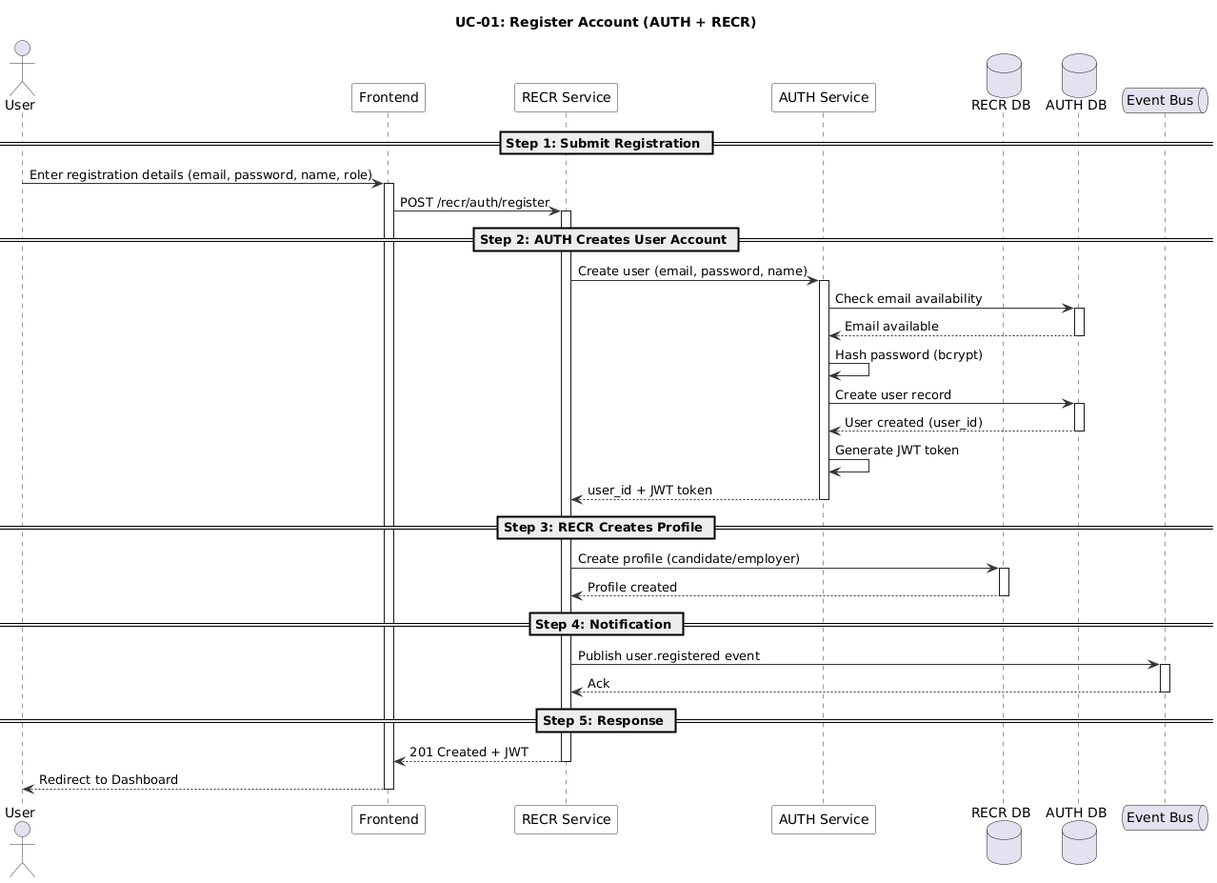
namnh240795/document keeps this PlantUML diagram as modules/recr/images/sequence/uc01-register-sequence.png. Above is the earlier version.
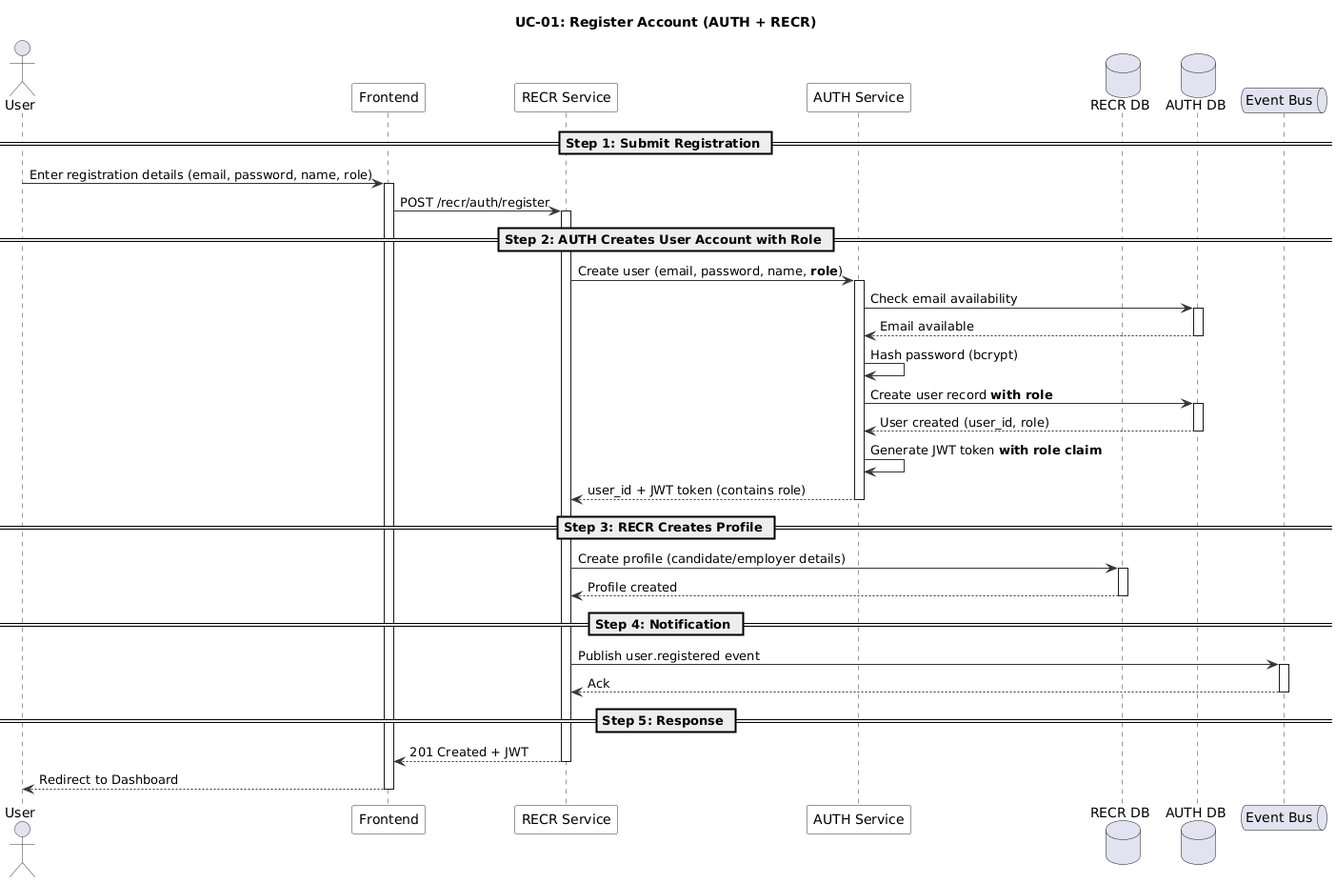
After the change.

Commit message:
Move role to AUTH module, update UC-01 and UC-02

The edit, as a diff of the source:
```diff
@@ -25,9 +25,9 @@
 FE -> RECR : POST /recr/auth/register
 activate RECR
 
-== Step 2: AUTH Creates User Account ==
+== Step 2: AUTH Creates User Account with Role ==
 
-RECR -> AUTH : Create user (email, password, name)
+RECR -> AUTH : Create user (email, password, name, <b>role</b>)
 activate AUTH
 
 AUTH -> ADB : Check email availability
@@ -37,19 +37,19 @@
 
 AUTH -> AUTH : Hash password (bcrypt)
 
-AUTH -> ADB : Create user record
+AUTH -> ADB : Create user record <b>with role</b>
 activate ADB
-ADB --> AUTH : User created (user_id)
+ADB --> AUTH : User created (user_id, role)
 deactivate ADB
 
-AUTH -> AUTH : Generate JWT token
+AUTH -> AUTH : Generate JWT token <b>with role claim</b>
 
-AUTH --> RECR : user_id + JWT token
+AUTH --> RECR : user_id + JWT token (contains role)
 deactivate AUTH
 
 == Step 3: RECR Creates Profile ==
 
-RECR -> RDB : Create profile (candidate/employer)
+RECR -> RDB : Create profile (candidate/employer details)
 activate RDB
 RDB --> RECR : Profile created
 deactivate RDB
```
